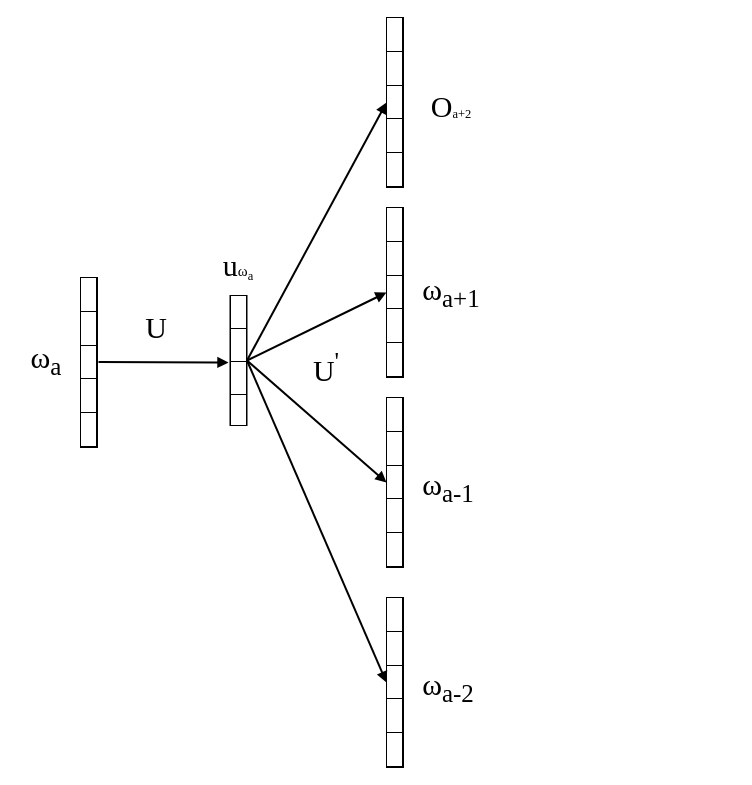
Before: page 2 of 2 of textcnn.drawio in chenjgui/Flow-chat, a draw.io diagram. Source tidied: cells renumbered, new cells numbered last; positions are measured from the earlier drawing's top-left corner, leaving out a move shared by most shapes. Both pictures are drawn from the tidied source at 100%, with x=0, y=0 at pixel (26, 17).
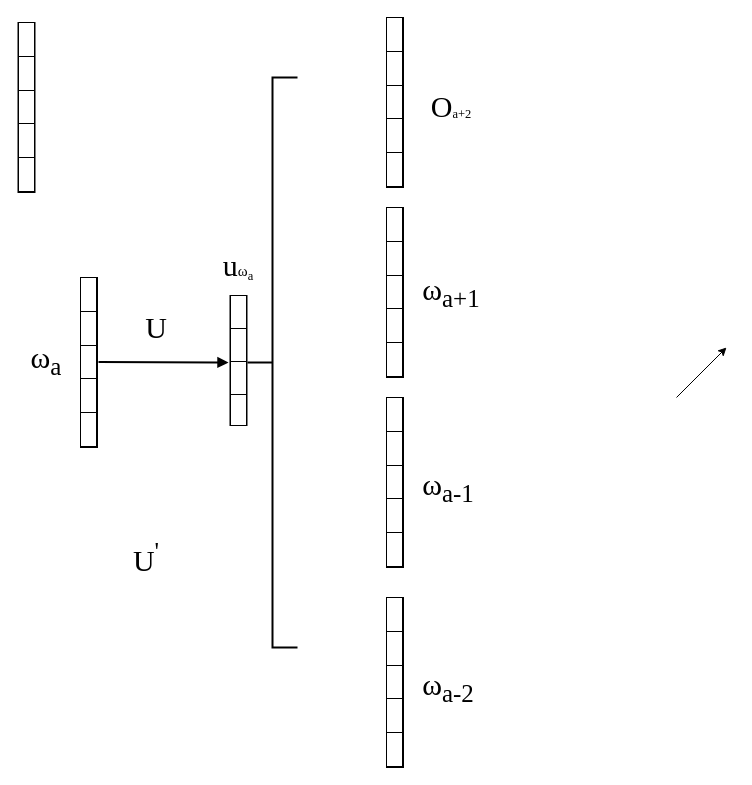
After the change.

The change refers to these unchanged cells:
```xml
<mxCell id="3" value="&lt;table border=&quot;1&quot; width=&quot;100%&quot; style=&quot;width: 100% ; height: 100% ; border-collapse: collapse ; border: 1px solid rgb(0 , 0 , 0)&quot;&gt;&lt;tbody&gt;&lt;tr&gt;&lt;td&gt;&lt;br&gt;&lt;/td&gt;&lt;/tr&gt;&lt;tr&gt;&lt;td align=&quot;center&quot;&gt;&lt;i&gt;&lt;b&gt;&lt;strike&gt;&lt;br&gt;&lt;/strike&gt;&lt;/b&gt;&lt;/i&gt;&lt;/td&gt;&lt;/tr&gt;&lt;tr&gt;&lt;td&gt;&lt;br&gt;&lt;/td&gt;&lt;/tr&gt;&lt;tr&gt;&lt;td&gt;&lt;i&gt;&lt;b&gt;&lt;strike&gt;&lt;br&gt;&lt;/strike&gt;&lt;/b&gt;&lt;/i&gt;&lt;/td&gt;&lt;/tr&gt;&lt;/tbody&gt;&lt;/table&gt;" style="text;html=1;strokeColor=#000000;fillColor=#FFFFFF;overflow=fill;fontFamily=Times New Roman;fontSize=25;fontColor=#000000;align=center;arcSize=12;imageHeight=24;imageWidth=24;imageAlign=left;imageAspect=1;absoluteArcSize=0;fillOpacity=100;noLabel=0;labelPadding=0;strokeWidth=1;perimeterSpacing=0;" parent="1" vertex="1">
  <mxGeometry x="203.5" y="278" width="17" height="130" as="geometry" />
</mxCell>
<mxCell id="4" value="&lt;table border=&quot;1&quot; width=&quot;100%&quot; style=&quot;width: 100% ; height: 100% ; border-collapse: collapse ; border: 1px solid rgb(0 , 0 , 0)&quot;&gt;&lt;tbody&gt;&lt;tr&gt;&lt;td&gt;&lt;br&gt;&lt;/td&gt;&lt;/tr&gt;&lt;tr&gt;&lt;td align=&quot;center&quot;&gt;&lt;i&gt;&lt;b&gt;&lt;strike&gt;&lt;br&gt;&lt;/strike&gt;&lt;/b&gt;&lt;/i&gt;&lt;/td&gt;&lt;/tr&gt;&lt;tr&gt;&lt;td&gt;&lt;br&gt;&lt;/td&gt;&lt;/tr&gt;&lt;tr&gt;&lt;td align=&quot;center&quot;&gt;&lt;i&gt;&lt;b&gt;&lt;strike&gt;&lt;br&gt;&lt;/strike&gt;&lt;/b&gt;&lt;/i&gt;&lt;/td&gt;&lt;/tr&gt;&lt;tr&gt;&lt;td&gt;&lt;i&gt;&lt;b&gt;&lt;strike&gt;&lt;br&gt;&lt;/strike&gt;&lt;/b&gt;&lt;/i&gt;&lt;/td&gt;&lt;/tr&gt;&lt;/tbody&gt;&lt;/table&gt;" style="text;html=1;strokeColor=#000000;fillColor=#FFFFFF;overflow=fill;fontFamily=Times New Roman;fontSize=25;fontColor=#000000;align=center;arcSize=12;imageHeight=24;imageWidth=24;imageAlign=left;imageAspect=1;absoluteArcSize=0;fillOpacity=100;noLabel=0;labelPadding=0;strokeWidth=1;perimeterSpacing=0;" parent="1" vertex="1">
  <mxGeometry x="360" y="580" width="17" height="170" as="geometry" />
</mxCell>
<mxCell id="5" value="&lt;table border=&quot;1&quot; width=&quot;100%&quot; style=&quot;width: 100% ; height: 100% ; border-collapse: collapse ; border: 1px solid rgb(0 , 0 , 0)&quot;&gt;&lt;tbody&gt;&lt;tr&gt;&lt;td&gt;&lt;br&gt;&lt;/td&gt;&lt;/tr&gt;&lt;tr&gt;&lt;td align=&quot;center&quot;&gt;&lt;i&gt;&lt;b&gt;&lt;strike&gt;&lt;br&gt;&lt;/strike&gt;&lt;/b&gt;&lt;/i&gt;&lt;/td&gt;&lt;/tr&gt;&lt;tr&gt;&lt;td&gt;&lt;br&gt;&lt;/td&gt;&lt;/tr&gt;&lt;tr&gt;&lt;td align=&quot;center&quot;&gt;&lt;i&gt;&lt;b&gt;&lt;strike&gt;&lt;br&gt;&lt;/strike&gt;&lt;/b&gt;&lt;/i&gt;&lt;/td&gt;&lt;/tr&gt;&lt;tr&gt;&lt;td&gt;&lt;i&gt;&lt;b&gt;&lt;strike&gt;&lt;br&gt;&lt;/strike&gt;&lt;/b&gt;&lt;/i&gt;&lt;/td&gt;&lt;/tr&gt;&lt;/tbody&gt;&lt;/table&gt;" style="text;html=1;strokeColor=#000000;fillColor=#FFFFFF;overflow=fill;fontFamily=Times New Roman;fontSize=25;fontColor=#000000;align=center;arcSize=12;imageHeight=24;imageWidth=24;imageAlign=left;imageAspect=1;absoluteArcSize=0;fillOpacity=100;noLabel=0;labelPadding=0;strokeWidth=1;perimeterSpacing=0;" parent="1" vertex="1">
  <mxGeometry x="360" y="380" width="17" height="170" as="geometry" />
</mxCell>
<mxCell id="6" value="&lt;table border=&quot;1&quot; width=&quot;100%&quot; style=&quot;width: 100% ; height: 100% ; border-collapse: collapse ; border: 1px solid rgb(0 , 0 , 0)&quot;&gt;&lt;tbody&gt;&lt;tr&gt;&lt;td&gt;&lt;br&gt;&lt;/td&gt;&lt;/tr&gt;&lt;tr&gt;&lt;td align=&quot;center&quot;&gt;&lt;i&gt;&lt;b&gt;&lt;strike&gt;&lt;br&gt;&lt;/strike&gt;&lt;/b&gt;&lt;/i&gt;&lt;/td&gt;&lt;/tr&gt;&lt;tr&gt;&lt;td&gt;&lt;br&gt;&lt;/td&gt;&lt;/tr&gt;&lt;tr&gt;&lt;td align=&quot;center&quot;&gt;&lt;i&gt;&lt;b&gt;&lt;strike&gt;&lt;br&gt;&lt;/strike&gt;&lt;/b&gt;&lt;/i&gt;&lt;/td&gt;&lt;/tr&gt;&lt;tr&gt;&lt;td&gt;&lt;i&gt;&lt;b&gt;&lt;strike&gt;&lt;br&gt;&lt;/strike&gt;&lt;/b&gt;&lt;/i&gt;&lt;/td&gt;&lt;/tr&gt;&lt;/tbody&gt;&lt;/table&gt;" style="text;html=1;strokeColor=#000000;fillColor=#FFFFFF;overflow=fill;fontFamily=Times New Roman;fontSize=25;fontColor=#000000;align=center;arcSize=12;imageHeight=24;imageWidth=24;imageAlign=left;imageAspect=1;absoluteArcSize=0;fillOpacity=100;noLabel=0;labelPadding=0;strokeWidth=1;perimeterSpacing=0;" parent="1" vertex="1">
  <mxGeometry x="360" y="190" width="17" height="170" as="geometry" />
</mxCell>
<mxCell id="7" value="&lt;table border=&quot;1&quot; width=&quot;100%&quot; style=&quot;width: 100% ; height: 100% ; border-collapse: collapse ; border: 1px solid rgb(0 , 0 , 0)&quot;&gt;&lt;tbody&gt;&lt;tr&gt;&lt;td&gt;&lt;br&gt;&lt;/td&gt;&lt;/tr&gt;&lt;tr&gt;&lt;td align=&quot;center&quot;&gt;&lt;i&gt;&lt;b&gt;&lt;strike&gt;&lt;br&gt;&lt;/strike&gt;&lt;/b&gt;&lt;/i&gt;&lt;/td&gt;&lt;/tr&gt;&lt;tr&gt;&lt;td&gt;&lt;br&gt;&lt;/td&gt;&lt;/tr&gt;&lt;tr&gt;&lt;td align=&quot;center&quot;&gt;&lt;i&gt;&lt;b&gt;&lt;strike&gt;&lt;br&gt;&lt;/strike&gt;&lt;/b&gt;&lt;/i&gt;&lt;/td&gt;&lt;/tr&gt;&lt;tr&gt;&lt;td&gt;&lt;i&gt;&lt;b&gt;&lt;strike&gt;&lt;br&gt;&lt;/strike&gt;&lt;/b&gt;&lt;/i&gt;&lt;/td&gt;&lt;/tr&gt;&lt;/tbody&gt;&lt;/table&gt;" style="text;html=1;strokeColor=#000000;fillColor=#FFFFFF;overflow=fill;fontFamily=Times New Roman;fontSize=25;fontColor=#000000;align=center;arcSize=12;imageHeight=24;imageWidth=24;imageAlign=left;imageAspect=1;absoluteArcSize=0;fillOpacity=100;noLabel=0;labelPadding=0;strokeWidth=1;perimeterSpacing=0;" parent="1" vertex="1">
  <mxGeometry x="360" width="17" height="170" as="geometry" />
</mxCell>
```

Diff of the diagram source:
```diff
@@
-    <mxCell id="10" style="endArrow=block;html=1;strokeWidth=2;endFill=1;exitX=1;exitY=0.5;exitDx=0;exitDy=0;entryX=0;entryY=0.5;entryDx=0;entryDy=0;" parent="1" edge="1" source="3" target="7">
-      <mxGeometry relative="1" as="geometry" />
-    </mxCell>
-    <mxCell id="11" style="endArrow=block;html=1;strokeWidth=2;endFill=1;exitX=1;exitY=0.5;exitDx=0;exitDy=0;entryX=0;entryY=0.5;entryDx=0;entryDy=0;" parent="1" edge="1" source="3" target="6">
-      <mxGeometry relative="1" as="geometry" />
-    </mxCell>
-    <mxCell id="12" style="endArrow=block;html=1;strokeWidth=2;endFill=1;exitX=1;exitY=0.5;exitDx=0;exitDy=0;entryX=0;entryY=0.5;entryDx=0;entryDy=0;" parent="1" edge="1" source="3" target="5">
-      <mxGeometry relative="1" as="geometry" />
-    </mxCell>
-    <mxCell id="13" style="endArrow=block;html=1;strokeWidth=2;endFill=1;exitX=1;exitY=0.5;exitDx=0;exitDy=0;entryX=0;entryY=0.5;entryDx=0;entryDy=0;" parent="1" edge="1" source="3" target="4">
-      <mxGeometry relative="1" as="geometry" />
-    </mxCell>
@@
     <mxCell id="19" value="&lt;font face=&quot;Times New Roman&quot; style=&quot;font-size: 30px&quot;&gt;U&lt;sup&gt;'&lt;/sup&gt;&lt;br&gt;&lt;/font&gt;" style="text;html=1;strokeColor=none;fillColor=none;align=center;verticalAlign=middle;whiteSpace=wrap;rounded=0;" parent="1" vertex="1">
-      <mxGeometry x="280" y="330" width="40" height="40" as="geometry" />
+      <mxGeometry x="100" y="520" width="40" height="40" as="geometry" />
     </mxCell>
@@
+    <mxCell id="21" value="&lt;table border=&quot;1&quot; width=&quot;100%&quot; style=&quot;width: 100% ; height: 100% ; border-collapse: collapse ; border: 1px solid rgb(0 , 0 , 0)&quot;&gt;&lt;tbody&gt;&lt;tr&gt;&lt;td&gt;&lt;br&gt;&lt;/td&gt;&lt;/tr&gt;&lt;tr&gt;&lt;td align=&quot;center&quot;&gt;&lt;i&gt;&lt;b&gt;&lt;strike&gt;&lt;br&gt;&lt;/strike&gt;&lt;/b&gt;&lt;/i&gt;&lt;/td&gt;&lt;/tr&gt;&lt;tr&gt;&lt;td&gt;&lt;br&gt;&lt;/td&gt;&lt;/tr&gt;&lt;tr&gt;&lt;td align=&quot;center&quot;&gt;&lt;i&gt;&lt;b&gt;&lt;strike&gt;&lt;br&gt;&lt;/strike&gt;&lt;/b&gt;&lt;/i&gt;&lt;/td&gt;&lt;/tr&gt;&lt;tr&gt;&lt;td&gt;&lt;i&gt;&lt;b&gt;&lt;strike&gt;&lt;br&gt;&lt;/strike&gt;&lt;/b&gt;&lt;/i&gt;&lt;/td&gt;&lt;/tr&gt;&lt;/tbody&gt;&lt;/table&gt;" style="text;html=1;strokeColor=#000000;fillColor=#FFFFFF;overflow=fill;fontFamily=Times New Roman;fontSize=25;fontColor=#000000;align=center;arcSize=12;imageHeight=24;imageWidth=24;imageAlign=left;imageAspect=1;absoluteArcSize=0;fillOpacity=100;noLabel=0;labelPadding=0;strokeWidth=1;perimeterSpacing=0;" parent="1" vertex="1">
+      <mxGeometry x="-8.5" y="5" width="17" height="170" as="geometry" />
+    </mxCell>
+    <mxCell id="22" style="strokeWidth=2;html=1;shape=mxgraph.flowchart.annotation_2;align=left;" parent="1" vertex="1">
+      <mxGeometry x="221" y="60" width="50" height="570" as="geometry" />
+    </mxCell>
+    <mxCell id="23" style="endArrow=classic;html=1;" parent="1" edge="1">
+      <mxGeometry relative="1" as="geometry">
+        <mxPoint x="650" y="380" as="sourcePoint" />
+        <mxPoint x="700" y="330" as="targetPoint" />
+      </mxGeometry>
+    </mxCell>
```
